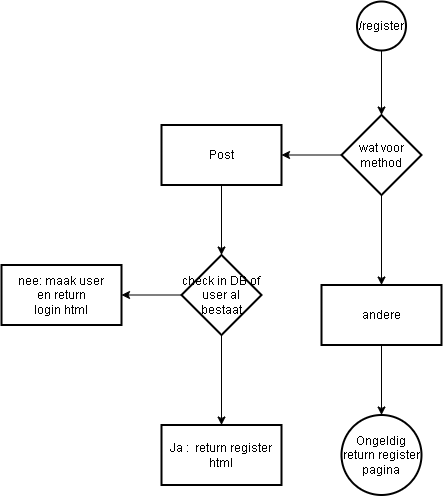
Before: Untitled Diagram.drawio.png, a diagram exported from draw.io (joey-martens/CC-craft). Source tidied: cells renumbered, new cells last; positions are measured from the earlier drawing's top-left corner, leaving out a move shared by most shapes.
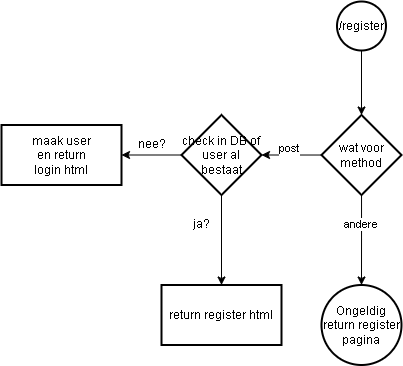
The same diagram one commit later.

Change to the diagram source:
```diff
@@ -8,29 +8,27 @@
     <mxCell id="3" value="/register" style="ellipse;strokeWidth=2;whiteSpace=wrap;" parent="1" vertex="1">
       <mxGeometry x="355.5" width="49" height="49" as="geometry" />
     </mxCell>
-    <mxCell id="4" style="edgeStyle=orthogonalEdgeStyle;rounded=0;jettySize=auto;html=1;" parent="1" edge="1" source="6" target="8">
-      <mxGeometry relative="1" as="geometry" />
+    <mxCell id="4" style="edgeStyle=orthogonalEdgeStyle;rounded=0;jettySize=auto;html=1;" parent="1" edge="1" source="6">
+      <mxGeometry relative="1" as="geometry">
+        <mxPoint x="280" y="153.5" as="targetPoint" />
+      </mxGeometry>
     </mxCell>
+    <mxCell id="17" value="post&lt;div&gt;&lt;br&gt;&lt;/div&gt;" style="edgeLabel;html=1;align=center;verticalAlign=middle;" parent="4" vertex="1">
+      <mxGeometry x="0.08" relative="1" as="geometry" />
+    </mxCell>
-    <mxCell id="5" style="edgeStyle=orthogonalEdgeStyle;rounded=0;jettySize=auto;html=1;" parent="1" edge="1" source="6" target="10">
-      <mxGeometry relative="1" as="geometry" />
+    <mxCell id="5" style="edgeStyle=orthogonalEdgeStyle;rounded=0;jettySize=auto;html=1;" parent="1" edge="1" source="6">
+      <mxGeometry relative="1" as="geometry">
+        <mxPoint x="380" y="283.5" as="targetPoint" />
+      </mxGeometry>
     </mxCell>
+    <mxCell id="10" value="andere" style="edgeLabel;html=1;align=center;verticalAlign=middle;points=[];" parent="5" vertex="1">
+      <mxGeometry x="-0.36" y="-1" relative="1" as="geometry" />
+    </mxCell>
     <mxCell id="6" value="wat voor method" style="rhombus;whiteSpace=wrap;html=1;strokeWidth=2;" parent="1" vertex="1">
       <mxGeometry x="340" y="113.5" width="80" height="80" as="geometry" />
     </mxCell>
-    <mxCell id="7" style="edgeStyle=orthogonalEdgeStyle;rounded=0;jettySize=auto;html=1;" parent="1" edge="1" source="8" target="14">
-      <mxGeometry relative="1" as="geometry" />
-    </mxCell>
-    <mxCell id="8" value="Post" style="whiteSpace=wrap;html=1;strokeWidth=2;" parent="1" vertex="1">
-      <mxGeometry x="160" y="123.5" width="120" height="60" as="geometry" />
-    </mxCell>
-    <mxCell id="9" style="edgeStyle=orthogonalEdgeStyle;rounded=0;jettySize=auto;html=1;" parent="1" edge="1" source="10" target="11">
-      <mxGeometry relative="1" as="geometry" />
-    </mxCell>
-    <mxCell id="10" value="andere" style="whiteSpace=wrap;html=1;strokeWidth=2;" parent="1" vertex="1">
-      <mxGeometry x="320" y="283.5" width="120" height="60" as="geometry" />
-    </mxCell>
     <mxCell id="11" value="Ongeldig return register pagina" style="ellipse;whiteSpace=wrap;html=1;strokeWidth=2;" parent="1" vertex="1">
-      <mxGeometry x="340" y="413.5" width="80" height="80" as="geometry" />
+      <mxGeometry x="340" y="283.5" width="80" height="80" as="geometry" />
     </mxCell>
     <mxCell id="12" style="edgeStyle=orthogonalEdgeStyle;rounded=0;jettySize=auto;html=1;" parent="1" edge="1" source="14" target="15">
       <mxGeometry relative="1" as="geometry" />
@@ -39,13 +37,19 @@
       <mxGeometry relative="1" as="geometry" />
     </mxCell>
     <mxCell id="14" value="check in DB of user al bestaat" style="rhombus;whiteSpace=wrap;html=1;strokeWidth=2;" parent="1" vertex="1">
-      <mxGeometry x="180" y="253.5" width="80" height="80" as="geometry" />
+      <mxGeometry x="200" y="113.5" width="80" height="80" as="geometry" />
     </mxCell>
-    <mxCell id="15" value="nee: maak user&lt;div&gt;en return&lt;/div&gt;&lt;div&gt;login html&lt;/div&gt;" style="whiteSpace=wrap;html=1;strokeWidth=2;" parent="1" vertex="1">
-      <mxGeometry y="263.5" width="120" height="60" as="geometry" />
+    <mxCell id="15" value="maak user&lt;div&gt;en return&lt;/div&gt;&lt;div&gt;login html&lt;/div&gt;" style="whiteSpace=wrap;html=1;strokeWidth=2;" parent="1" vertex="1">
+      <mxGeometry x="20" y="123.5" width="120" height="60" as="geometry" />
     </mxCell>
-    <mxCell id="16" value="Ja :&amp;nbsp; return register html" style="whiteSpace=wrap;html=1;strokeWidth=2;" parent="1" vertex="1">
-      <mxGeometry x="160" y="423.5" width="120" height="60" as="geometry" />
+    <mxCell id="16" value="return register html" style="whiteSpace=wrap;html=1;strokeWidth=2;" parent="1" vertex="1">
+      <mxGeometry x="180" y="283.5" width="120" height="60" as="geometry" />
     </mxCell>
+    <mxCell id="18" value="nee?" style="text;html=1;align=center;verticalAlign=middle;strokeColor=none;fillColor=none;" parent="1" vertex="1">
+      <mxGeometry x="145" y="128" width="50" height="30" as="geometry" />
+    </mxCell>
+    <mxCell id="19" value="ja?" style="text;html=1;align=center;verticalAlign=middle;strokeColor=none;fillColor=none;" parent="1" vertex="1">
+      <mxGeometry x="200" y="208" width="40" height="30" as="geometry" />
+    </mxCell>
   </root>
 </mxGraphModel>
```
